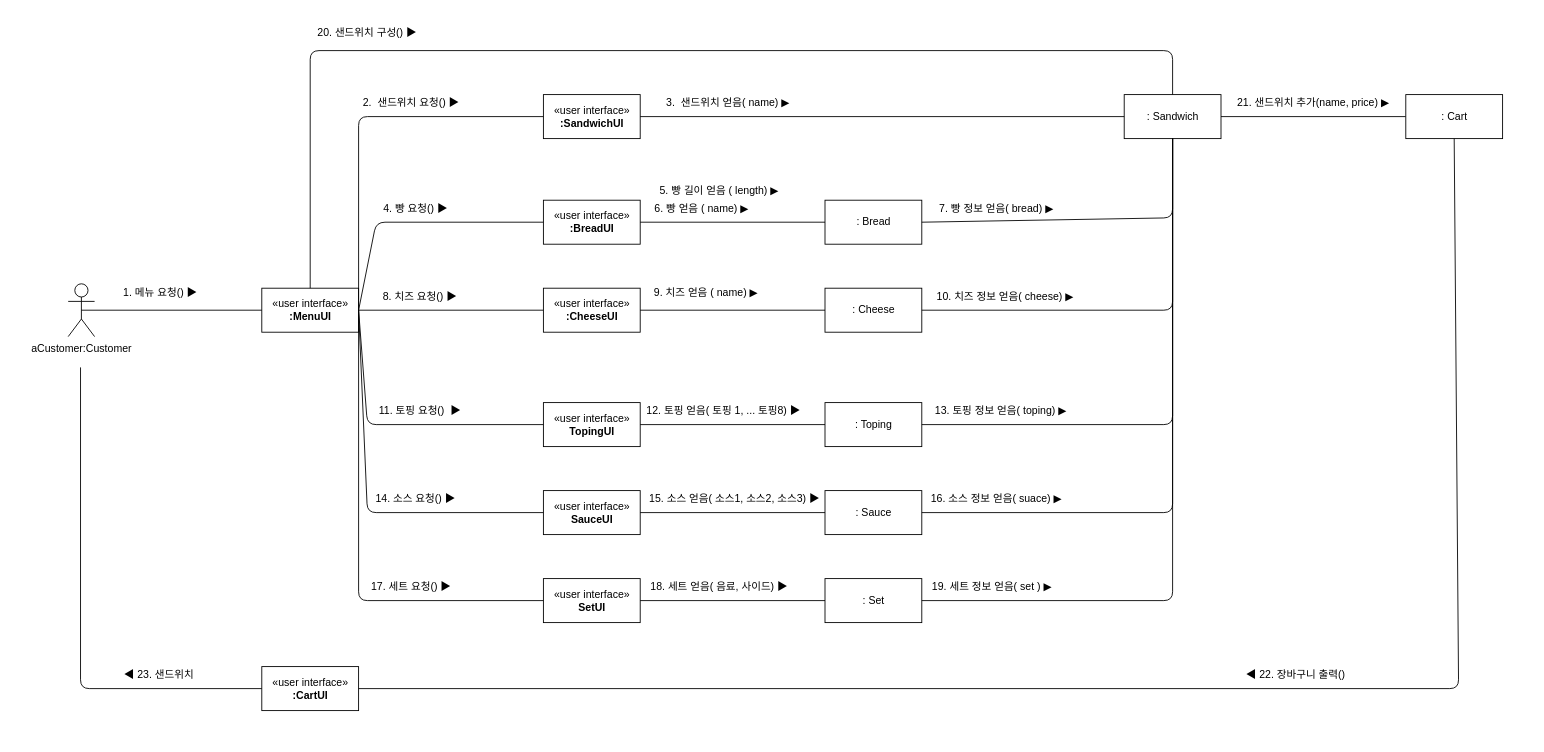
Before: 상세명세서/Behavioral Model/select sandwich.drawio in distroytest/KNUSD-20202-Team05, a draw.io diagram. Source tidied: cells renumbered, new cells numbered last; positions are measured from the earlier drawing's top-left corner, leaving out a move shared by most shapes. Both pictures are drawn from the tidied source at 88%, with x=0, y=0 at pixel (68, 24).
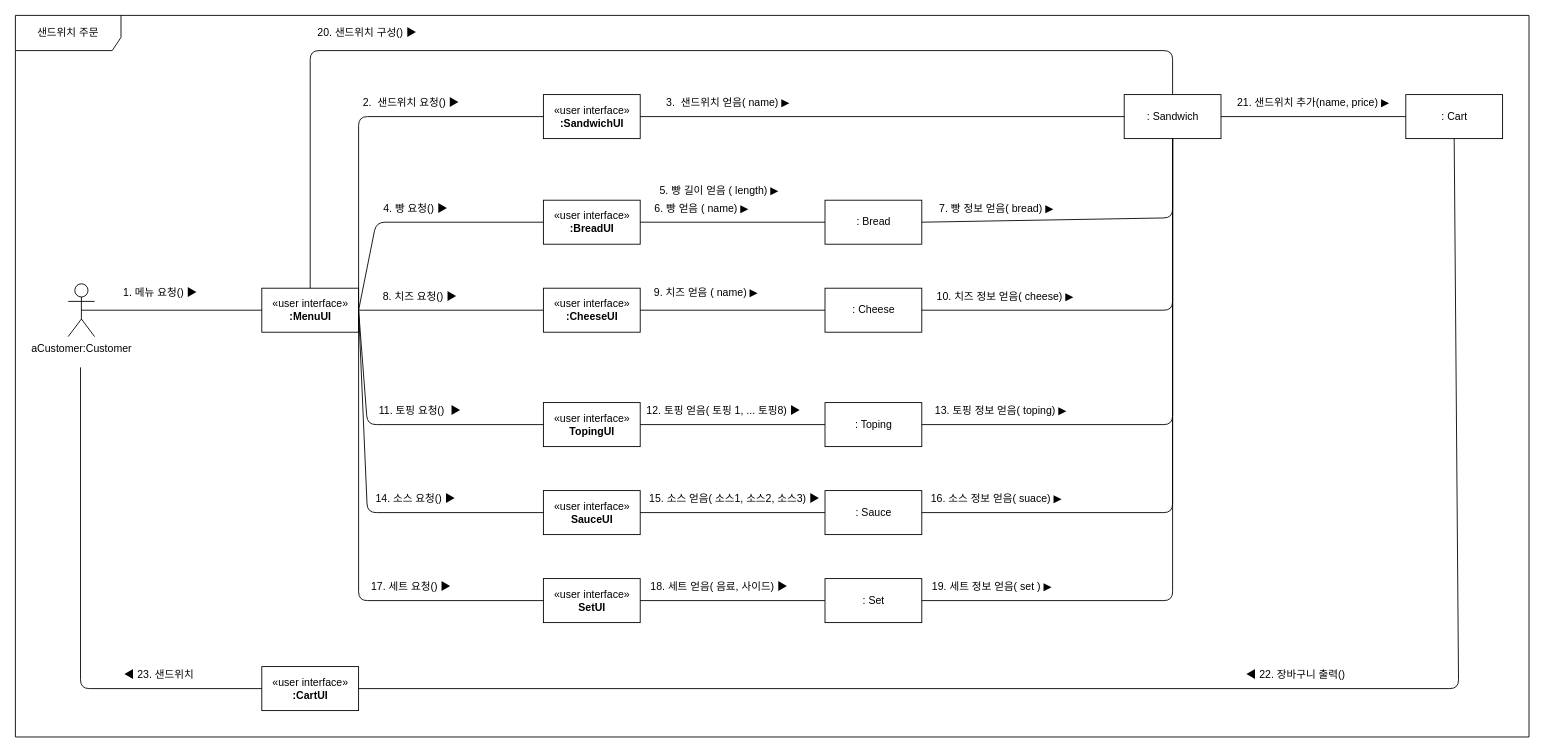
Above is the later version.

Diff of the diagram source:
```diff
@@
+    <mxCell id="63" value="샌드위치 주문" style="shape=umlFrame;whiteSpace=wrap;html=1;width=120;height=40;" parent="1" vertex="1">
+      <mxGeometry x="-60" y="-10" width="1720" height="820" as="geometry" />
+    </mxCell>
```
